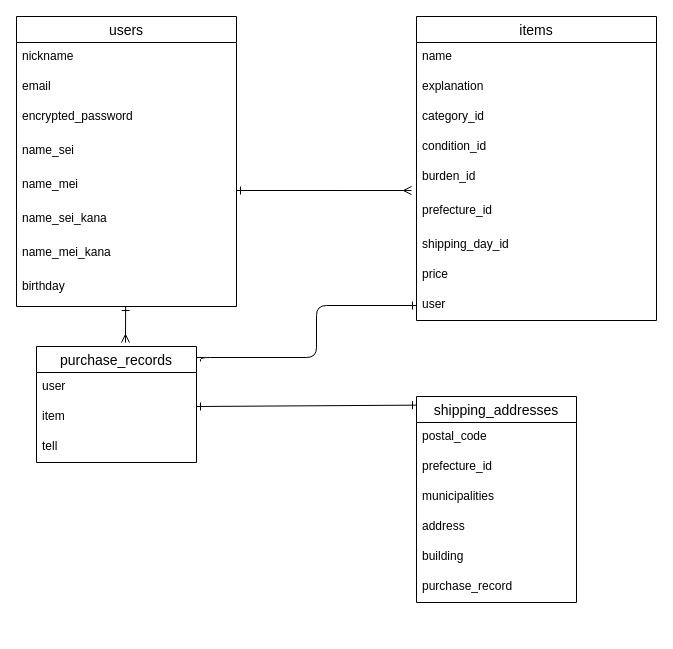
Before: ER.dio in kazuhiro-na/furima-37427, a draw.io diagram. Source tidied: cells renumbered, new cells numbered last; positions are measured from the earlier drawing's top-left corner, leaving out a move shared by most shapes. Both pictures are drawn from the tidied source at 100%, with x=0, y=0 at pixel (16, 16).
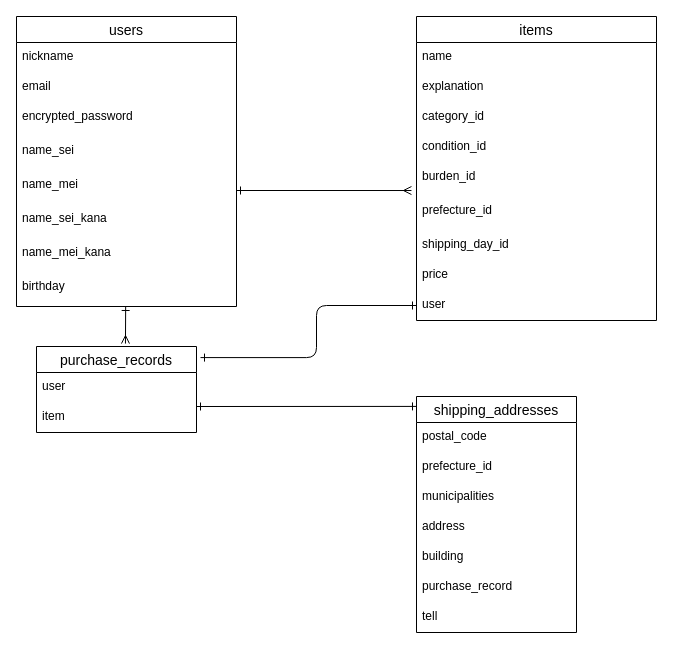
Above is the later version.

The edit, as a diff of the source:
```diff
@@
     <mxCell id="23" value="purchase_records" style="swimlane;fontStyle=0;horizontal=1;startSize=26;align=center;fontSize=14;" parent="1" vertex="1">
-      <mxGeometry x="20" y="330" width="160" height="116" as="geometry" />
+      <mxGeometry x="20" y="330" width="160" height="86" as="geometry" />
     </mxCell>
@@
-    <mxCell id="26" value="tell" style="text;strokeColor=none;fillColor=none;spacingLeft=4;spacingRight=4;overflow=hidden;fontSize=12;shadow=1;" parent="23" vertex="1">
-      <mxGeometry y="86" width="160" height="30" as="geometry" />
-    </mxCell>
     <mxCell id="27" value="shipping_addresses" style="swimlane;fontStyle=0;horizontal=1;startSize=26;align=center;fontSize=14;" parent="1" vertex="1">
-      <mxGeometry x="400" y="380" width="160" height="206" as="geometry" />
+      <mxGeometry x="400" y="380" width="160" height="236" as="geometry" />
     </mxCell>
@@
+    <mxCell id="26" value="tell" style="text;strokeColor=none;fillColor=none;spacingLeft=4;spacingRight=4;overflow=hidden;fontSize=12;" parent="27" vertex="1">
+      <mxGeometry y="206" width="160" height="30" as="geometry" />
+    </mxCell>
```
